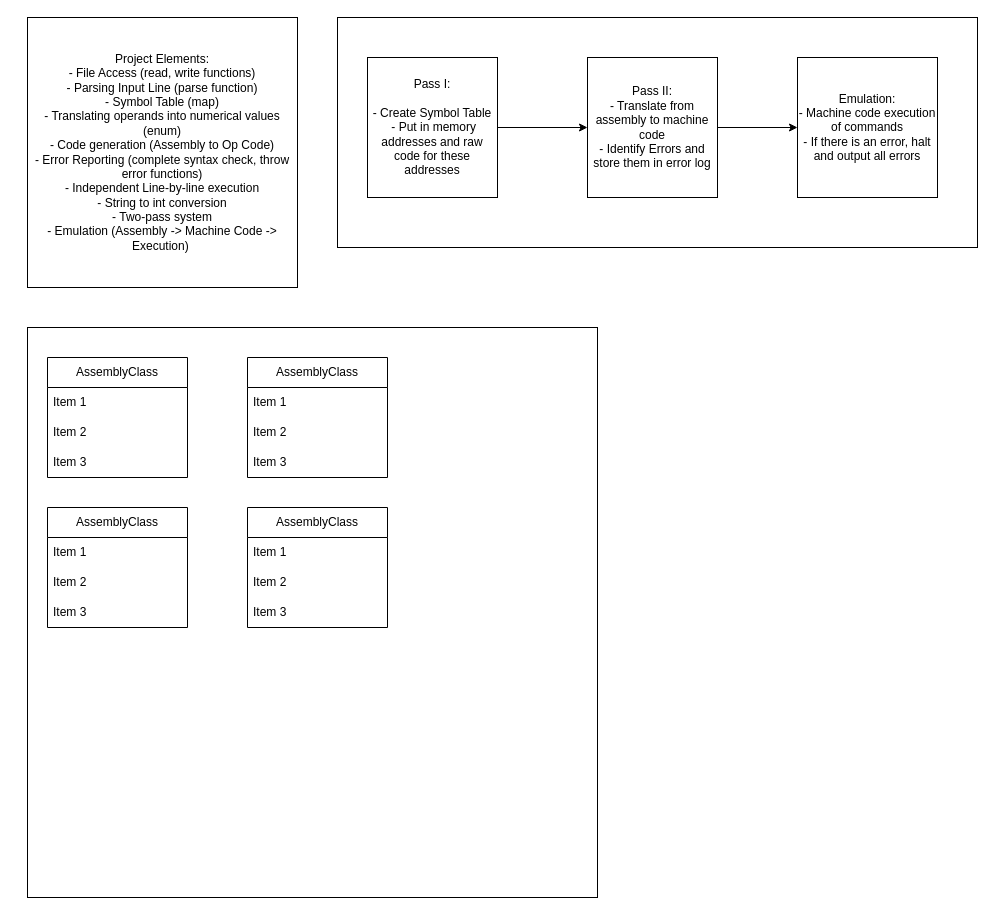
This is VC370-AssemblyCompiler-Diagram.drawio from icyDenev/VC370-AssemblyCompiler, a draw.io file, before an edit. Source tidied: cells renumbered, new cells numbered last; positions are measured from the earlier drawing's top-left corner, leaving out a move shared by most shapes. Both pictures are drawn from the tidied source at 100%, with x=0, y=0 at pixel (27, 17).
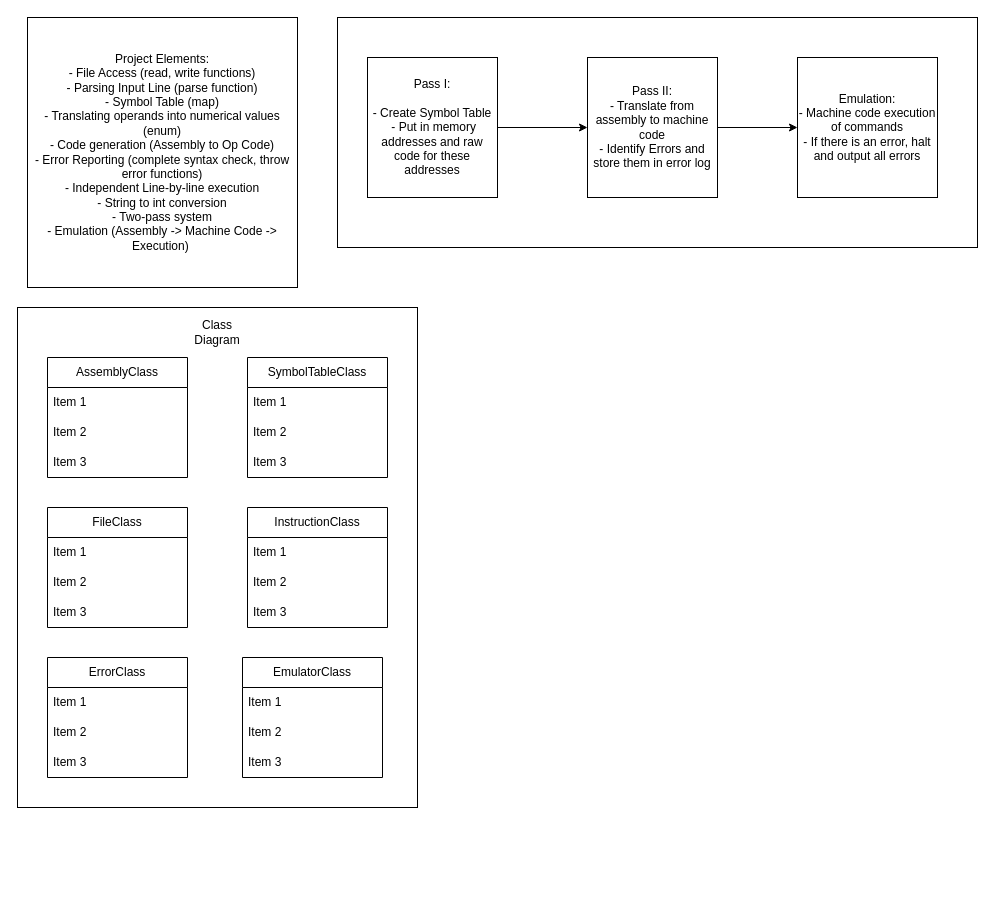
The same diagram, later.

What changed in the source:
```diff
@@
+    <mxCell id="26" style="rounded=0;whiteSpace=wrap;html=1;" parent="1" vertex="1">
+      <mxGeometry x="-10" y="290" width="400" height="500" as="geometry" />
+    </mxCell>
@@
-    <mxCell id="9" style="whiteSpace=wrap;html=1;" parent="1" vertex="1">
-      <mxGeometry y="310" width="570" height="570" as="geometry" />
-    </mxCell>
@@
-    <mxCell id="14" value="AssemblyClass" style="swimlane;fontStyle=0;horizontal=1;startSize=30;whiteSpace=wrap;html=1;" parent="1" vertex="1">
+    <mxCell id="14" value="SymbolTableClass" style="swimlane;fontStyle=0;horizontal=1;startSize=30;whiteSpace=wrap;html=1;" parent="1" vertex="1">
       <mxGeometry x="220" y="340" width="140" height="120" as="geometry" />
     </mxCell>
@@
-    <mxCell id="18" value="AssemblyClass" style="swimlane;fontStyle=0;horizontal=1;startSize=30;whiteSpace=wrap;html=1;" parent="1" vertex="1">
+    <mxCell id="18" value="FileClass" style="swimlane;fontStyle=0;horizontal=1;startSize=30;whiteSpace=wrap;html=1;" parent="1" vertex="1">
       <mxGeometry x="20" y="490" width="140" height="120" as="geometry" />
     </mxCell>
@@
-    <mxCell id="22" value="AssemblyClass" style="swimlane;fontStyle=0;horizontal=1;startSize=30;whiteSpace=wrap;html=1;" parent="1" vertex="1">
+    <mxCell id="22" value="InstructionClass" style="swimlane;fontStyle=0;horizontal=1;startSize=30;whiteSpace=wrap;html=1;" parent="1" vertex="1">
       <mxGeometry x="220" y="490" width="140" height="120" as="geometry" />
     </mxCell>
@@
+    <mxCell id="27" value="ErrorClass" style="swimlane;fontStyle=0;horizontal=1;startSize=30;whiteSpace=wrap;html=1;" parent="1" vertex="1">
+      <mxGeometry x="20" y="640" width="140" height="120" as="geometry" />
+    </mxCell>
+    <mxCell id="28" value="Item 1" style="text;strokeColor=none;fillColor=none;align=left;verticalAlign=middle;spacingLeft=4;spacingRight=4;overflow=hidden;whiteSpace=wrap;html=1;" parent="27" vertex="1">
+      <mxGeometry y="30" width="140" height="30" as="geometry" />
+    </mxCell>
+    <mxCell id="29" value="Item 2" style="text;strokeColor=none;fillColor=none;align=left;verticalAlign=middle;spacingLeft=4;spacingRight=4;overflow=hidden;whiteSpace=wrap;html=1;" parent="27" vertex="1">
+      <mxGeometry y="60" width="140" height="30" as="geometry" />
+    </mxCell>
+    <mxCell id="30" value="Item 3" style="text;strokeColor=none;fillColor=none;align=left;verticalAlign=middle;spacingLeft=4;spacingRight=4;overflow=hidden;whiteSpace=wrap;html=1;" parent="27" vertex="1">
+      <mxGeometry y="90" width="140" height="30" as="geometry" />
+    </mxCell>
+    <mxCell id="31" value="EmulatorClass" style="swimlane;fontStyle=0;horizontal=1;startSize=30;whiteSpace=wrap;html=1;" parent="1" vertex="1">
+      <mxGeometry x="215" y="640" width="140" height="120" as="geometry" />
+    </mxCell>
+    <mxCell id="32" value="Item 1" style="text;strokeColor=none;fillColor=none;align=left;verticalAlign=middle;spacingLeft=4;spacingRight=4;overflow=hidden;whiteSpace=wrap;html=1;" parent="31" vertex="1">
+      <mxGeometry y="30" width="140" height="30" as="geometry" />
+    </mxCell>
+    <mxCell id="33" value="Item 2" style="text;strokeColor=none;fillColor=none;align=left;verticalAlign=middle;spacingLeft=4;spacingRight=4;overflow=hidden;whiteSpace=wrap;html=1;" parent="31" vertex="1">
+      <mxGeometry y="60" width="140" height="30" as="geometry" />
+    </mxCell>
+    <mxCell id="34" value="Item 3" style="text;strokeColor=none;fillColor=none;align=left;verticalAlign=middle;spacingLeft=4;spacingRight=4;overflow=hidden;whiteSpace=wrap;html=1;" parent="31" vertex="1">
+      <mxGeometry y="90" width="140" height="30" as="geometry" />
+    </mxCell>
+    <mxCell id="35" value="Class&lt;br&gt;Diagram" style="text;html=1;strokeColor=none;fillColor=none;align=center;verticalAlign=middle;whiteSpace=wrap;rounded=0;" parent="1" vertex="1">
+      <mxGeometry x="160" y="300" width="60" height="30" as="geometry" />
+    </mxCell>
```
